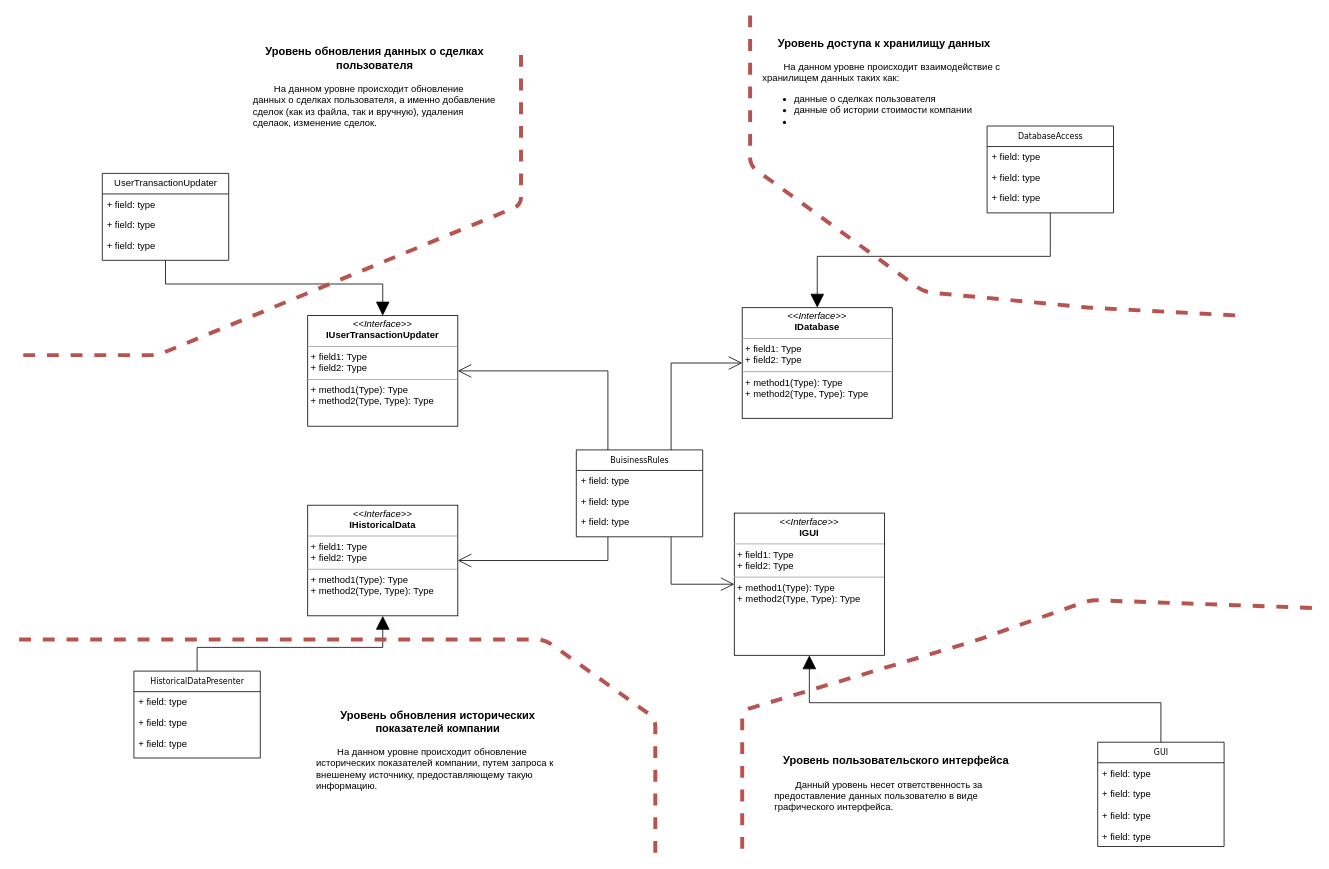
SozonovAA/ISP keeps this draw.io diagram as docs/MainUML.drawio. Above is the earlier version. Source tidied: cells renumbered, new cells numbered last; positions are measured from the earlier drawing's top-left corner, leaving out a move shared by most shapes. Both pictures are drawn from the tidied source at 79%, with x=0, y=0 at pixel (15, 15).
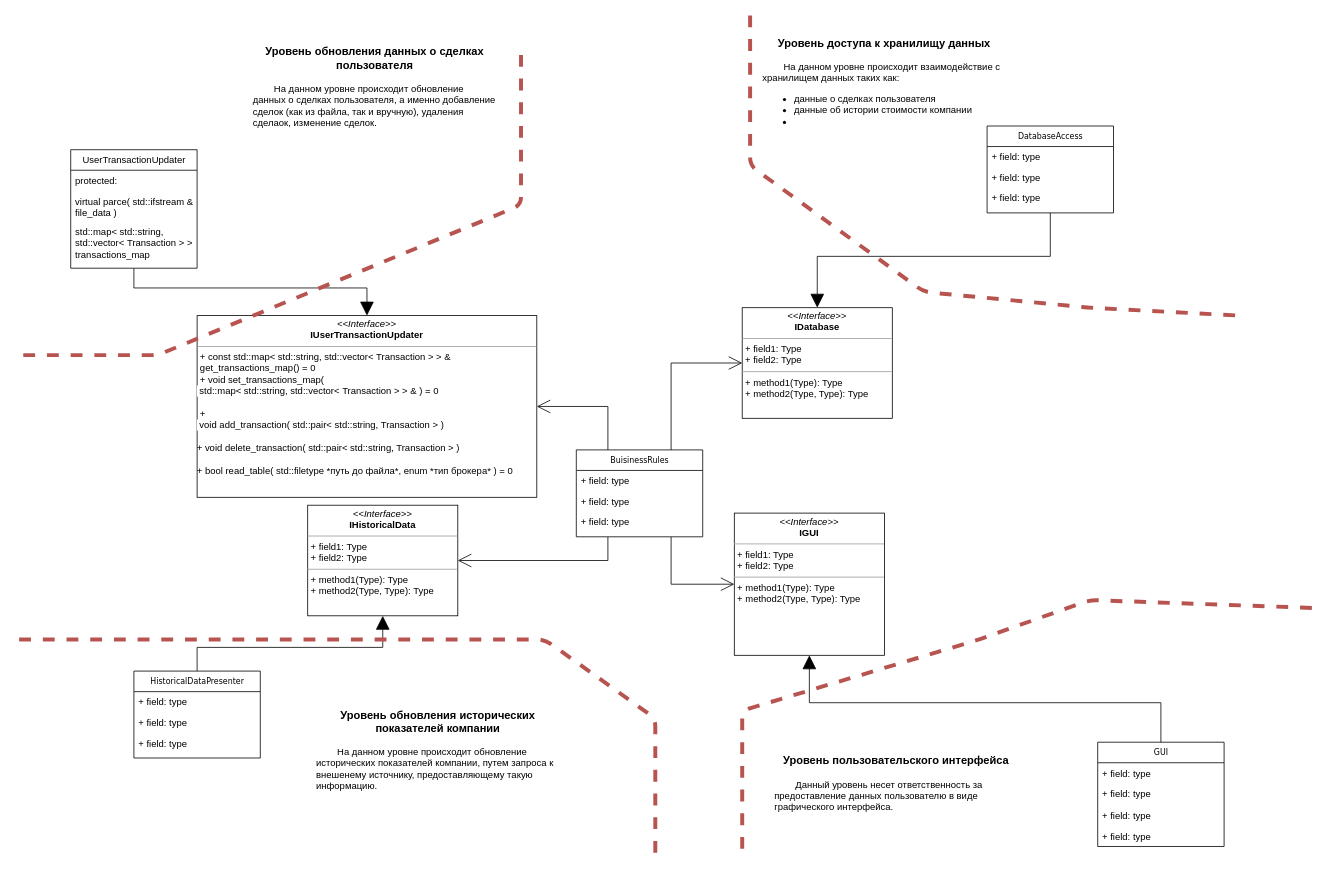
The same page after the edit.

Commit message:
feat(#11): updated diagramm for UserTransactionUpdater field

Diff of the diagram source:
```diff
@@
     <mxCell id="11" value="&lt;span style=&quot;font-family: &amp;#34;helvetica&amp;#34; ; font-size: 12px&quot;&gt;UserTransactionUpdater&lt;/span&gt;" style="swimlane;html=1;fontStyle=0;horizontal=1;startSize=26;fillColor=none;swimlaneFillColor=#ffffff;rounded=0;shadow=0;comic=0;labelBackgroundColor=none;strokeWidth=1;fontFamily=Verdana;fontSize=10;align=center;" parent="1" vertex="1">
-      <mxGeometry x="110" y="200" width="160" height="110" as="geometry" />
+      <mxGeometry x="70" y="170" width="160" height="150" as="geometry" />
     </mxCell>
-    <mxCell id="12" value="+ field: type" style="text;html=1;strokeColor=none;fillColor=none;align=left;verticalAlign=top;spacingLeft=4;spacingRight=4;whiteSpace=wrap;overflow=hidden;" parent="11" vertex="1">
+    <mxCell id="12" value="&lt;span style=&quot;background-color: rgb(255 , 255 , 255)&quot;&gt;protected:&lt;/span&gt;" style="text;html=1;strokeColor=none;fillColor=none;align=left;verticalAlign=top;spacingLeft=4;spacingRight=4;whiteSpace=wrap;overflow=hidden;" parent="11" vertex="1">
       <mxGeometry y="26" width="160" height="26" as="geometry" />
     </mxCell>
-    <mxCell id="13" value="+ field: type" style="text;html=1;strokeColor=none;fillColor=none;align=left;verticalAlign=top;spacingLeft=4;spacingRight=4;whiteSpace=wrap;overflow=hidden;" parent="11" vertex="1">
-      <mxGeometry y="52" width="160" height="26" as="geometry" />
+    <mxCell id="13" value="&lt;span style=&quot;background-color: rgb(255 , 255 , 255)&quot;&gt;virtual parce( std::ifstream &amp;amp; file_data )&lt;/span&gt;" style="text;html=1;strokeColor=none;fillColor=none;align=left;verticalAlign=top;spacingLeft=4;spacingRight=4;whiteSpace=wrap;overflow=hidden;" parent="11" vertex="1">
+      <mxGeometry y="52" width="160" height="38" as="geometry" />
     </mxCell>
-    <mxCell id="14" value="+ field: type" style="text;html=1;strokeColor=none;fillColor=none;align=left;verticalAlign=top;spacingLeft=4;spacingRight=4;whiteSpace=wrap;overflow=hidden;" parent="11" vertex="1">
-      <mxGeometry y="78" width="160" height="26" as="geometry" />
+    <mxCell id="14" value="&lt;span style=&quot;background-color: rgb(255 , 255 , 255)&quot;&gt;std::map&amp;lt; std::string, std::vector&amp;lt;&amp;nbsp;Transaction &amp;gt; &amp;gt; transactions_map&lt;/span&gt;" style="text;html=1;strokeColor=none;fillColor=none;align=left;verticalAlign=top;spacingLeft=4;spacingRight=4;whiteSpace=wrap;overflow=hidden;" parent="11" vertex="1">
+      <mxGeometry y="90" width="160" height="60" as="geometry" />
     </mxCell>
-    <mxCell id="15" value="&lt;p style=&quot;margin: 0px ; margin-top: 4px ; text-align: center&quot;&gt;&lt;i&gt;&amp;lt;&amp;lt;Interface&amp;gt;&amp;gt;&lt;/i&gt;&lt;br&gt;&lt;b&gt;IUserTransactionUpdater&lt;/b&gt;&lt;/p&gt;&lt;hr size=&quot;1&quot;&gt;&lt;p style=&quot;margin: 0px ; margin-left: 4px&quot;&gt;+ field1: Type&lt;br&gt;+ field2: Type&lt;/p&gt;&lt;hr size=&quot;1&quot;&gt;&lt;p style=&quot;margin: 0px ; margin-left: 4px&quot;&gt;+ method1(Type): Type&lt;br&gt;+ method2(Type, Type): Type&lt;/p&gt;" style="verticalAlign=top;align=left;overflow=fill;fontSize=12;fontFamily=Helvetica;html=1;rounded=0;shadow=0;comic=0;labelBackgroundColor=none;strokeWidth=1;" parent="1" vertex="1">
-      <mxGeometry x="370" y="380" width="190" height="140" as="geometry" />
+    <mxCell id="15" value="&lt;p style=&quot;margin: 0px ; margin-top: 4px ; text-align: center&quot;&gt;&lt;i&gt;&amp;lt;&amp;lt;Interface&amp;gt;&amp;gt;&lt;/i&gt;&lt;br&gt;&lt;b&gt;IUserTransactionUpdater&lt;/b&gt;&lt;/p&gt;&lt;hr size=&quot;1&quot;&gt;&lt;p style=&quot;margin: 0px ; margin-left: 4px&quot;&gt;&lt;/p&gt;&lt;p style=&quot;margin: 0px ; margin-left: 4px&quot;&gt;+&amp;nbsp;&lt;span style=&quot;background-color: rgb(255 , 255 , 255)&quot;&gt;const std::map&amp;lt; std::string, std::vector&amp;lt;&amp;nbsp;Transaction &amp;gt; &amp;gt; &amp;amp;&lt;/span&gt;&lt;br style=&quot;padding: 0px ; margin: 0px&quot;&gt;&lt;span style=&quot;background-color: rgb(255 , 255 , 255)&quot;&gt;get_transactions_map() = 0&lt;/span&gt;&lt;/p&gt;&lt;p style=&quot;margin: 0px ; margin-left: 4px&quot;&gt;&lt;span style=&quot;background-color: rgb(255 , 255 , 255)&quot;&gt;+ void s&lt;/span&gt;&lt;span style=&quot;background-color: rgb(255 , 255 , 255)&quot;&gt;et_transactions_map(&lt;/span&gt;&lt;/p&gt;&lt;span style=&quot;background-color: rgb(255 , 255 , 255)&quot;&gt;&amp;nbsp;std::map&amp;lt; std::string, std::vector&amp;lt;&amp;nbsp;Transaction &amp;gt; &amp;gt; &amp;amp;&amp;nbsp;&lt;/span&gt;&lt;span style=&quot;background-color: rgb(255 , 255 , 255)&quot;&gt;) = 0&lt;/span&gt;&lt;span style=&quot;background-color: rgb(255 , 255 , 255)&quot;&gt;&lt;br&gt;&lt;/span&gt;&lt;p style=&quot;margin: 0px ; margin-left: 4px&quot;&gt;&lt;br&gt;+&amp;nbsp;&lt;/p&gt;&lt;span style=&quot;background-color: rgb(255 , 255 , 255)&quot;&gt;&amp;nbsp;void add_transaction( std::pair&amp;lt; std::string, Transaction &amp;gt;&amp;nbsp;)&lt;br&gt;&lt;/span&gt;&lt;br&gt;+ void&amp;nbsp;&lt;span style=&quot;background-color: rgb(255 , 255 , 255)&quot;&gt;delete_transaction( std::pair&amp;lt; std::string, Transaction &amp;gt;&amp;nbsp;)&lt;br&gt;&lt;/span&gt;&lt;br&gt;+ bool&amp;nbsp;&lt;span style=&quot;background-color: rgb(255 , 255 , 255)&quot;&gt;read_table( std::filetype *путь до файла*, enum *тип брокера* ) = 0&lt;/span&gt;&lt;br&gt;&amp;nbsp;" style="verticalAlign=top;align=left;overflow=fill;fontSize=12;fontFamily=Helvetica;html=1;rounded=0;shadow=0;comic=0;labelBackgroundColor=none;strokeWidth=1;" parent="1" vertex="1">
+      <mxGeometry x="230" y="380" width="430" height="230" as="geometry" />
     </mxCell>
```
